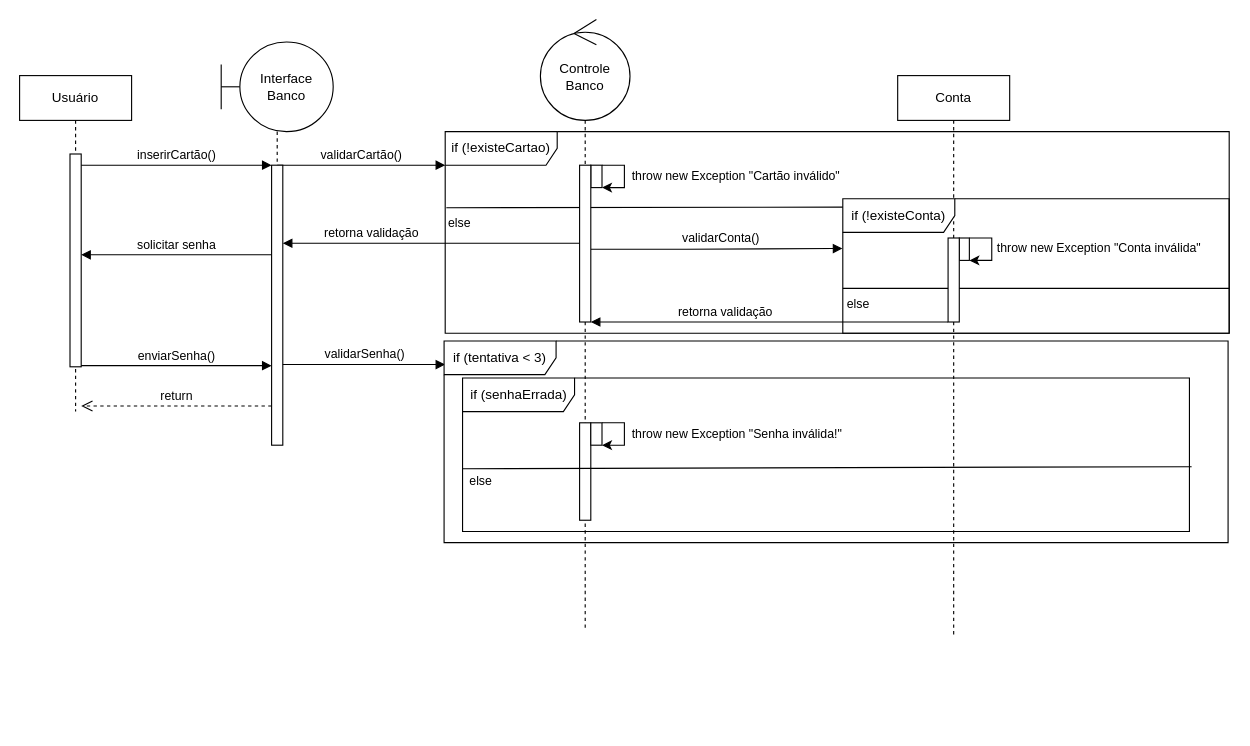
The draw.io diagram Analise de Sistemas/UML/Exercício diagrama de sequência.drawio in Sant-Thiago/Estudos, before the edit. Source tidied: cells renumbered, new cells numbered last; positions are measured from the earlier drawing's top-left corner, leaving out a move shared by most shapes. Both pictures are drawn from the tidied source at 112%, with x=0, y=0 at pixel (19, 19).
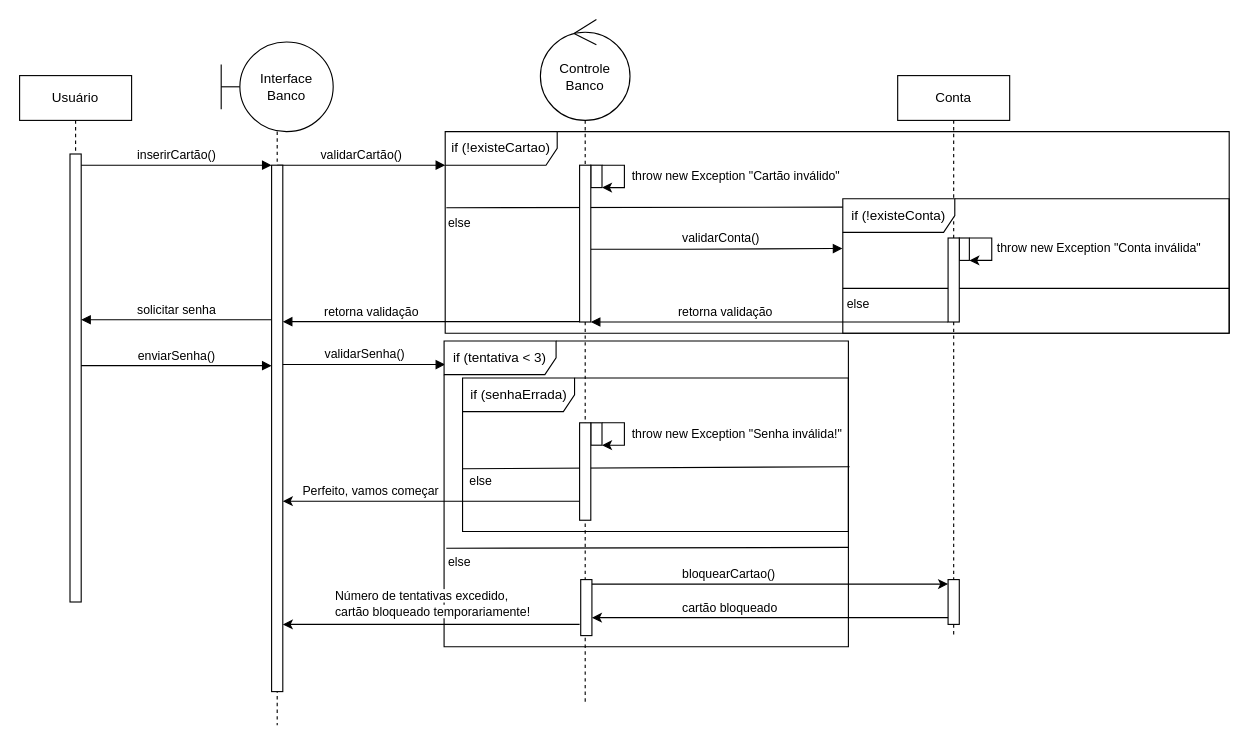
After the change.

Commit message:
verificação de senha feito

The change refers to these unchanged cells:
```xml
<mxCell id="25" value="Interface Banco" style="shape=umlBoundary;whiteSpace=wrap;html=1;" parent="1" vertex="1">
  <mxGeometry x="180" y="20" width="100" height="80" as="geometry" />
</mxCell>
<mxCell id="29" style="html=1;points=[];perimeter=orthogonalPerimeter;outlineConnect=0;targetShapes=umlLifeline;portConstraint=eastwest;newEdgeStyle={&quot;edgeStyle&quot;:&quot;elbowEdgeStyle&quot;,&quot;elbow&quot;:&quot;vertical&quot;,&quot;curved&quot;:0,&quot;rounded&quot;:0};" parent="1" vertex="1">
  <mxGeometry x="500" y="130" width="10" height="140" as="geometry" />
</mxCell>
<mxCell id="30" value="Controle Banco" style="ellipse;shape=umlControl;whiteSpace=wrap;html=1;" parent="1" vertex="1">
  <mxGeometry x="465" width="80" height="90" as="geometry" />
</mxCell>
```

Diff of the diagram source:
```diff
@@
     <mxCell id="3" style="edgeStyle=orthogonalEdgeStyle;rounded=0;jettySize=auto;html=1;endArrow=none;endFill=0;dashed=1;" parent="1" edge="1" source="30">
       <mxGeometry relative="1" as="geometry">
-        <mxPoint x="505" y="543.7" as="targetPoint" />
+        <mxPoint x="505" y="610.8" as="targetPoint" />
       </mxGeometry>
     </mxCell>
     <mxCell id="4" value="Usuário" style="shape=umlLifeline;perimeter=lifelinePerimeter;whiteSpace=wrap;html=1;newEdgeStyle={&quot;edgeStyle&quot;:&quot;elbowEdgeStyle&quot;,&quot;elbow&quot;:&quot;vertical&quot;,&quot;curved&quot;:0,&quot;rounded&quot;:0};" parent="1" vertex="1">
-      <mxGeometry y="50" width="100" height="300" as="geometry" />
+      <mxGeometry y="50" width="100" height="470" as="geometry" />
     </mxCell>
     <mxCell id="5" style="html=1;points=[];perimeter=orthogonalPerimeter;outlineConnect=0;targetShapes=umlLifeline;portConstraint=eastwest;newEdgeStyle={&quot;edgeStyle&quot;:&quot;elbowEdgeStyle&quot;,&quot;elbow&quot;:&quot;vertical&quot;,&quot;curved&quot;:0,&quot;rounded&quot;:0};" parent="4" vertex="1">
-      <mxGeometry x="45" y="70" width="10" height="190" as="geometry" />
+      <mxGeometry x="45" y="70" width="10" height="400" as="geometry" />
     </mxCell>
@@
-    <mxCell id="7" value="return" style="html=1;verticalAlign=bottom;endArrow=open;dashed=1;endSize=8;edgeStyle=elbowEdgeStyle;elbow=vertical;curved=0;rounded=0;" parent="1" edge="1">
-      <mxGeometry relative="1" as="geometry">
-        <mxPoint x="225" y="345" as="sourcePoint" />
-        <mxPoint x="55" y="345" as="targetPoint" />
-        <Array as="points">
-          <mxPoint x="150" y="345" />
-        </Array>
-      </mxGeometry>
-    </mxCell>
@@
-    <mxCell id="11" value="retorna validação" style="html=1;verticalAlign=bottom;endArrow=block;edgeStyle=elbowEdgeStyle;elbow=horizontal;curved=0;rounded=0;" parent="1" edge="1" source="29" target="26">
+    <mxCell id="11" value="retorna validação" style="html=1;verticalAlign=bottom;endArrow=block;edgeStyle=elbowEdgeStyle;elbow=horizontal;curved=0;rounded=0;" parent="1" edge="1">
       <mxGeometry x="0.4" relative="1" as="geometry">
+        <mxPoint x="500" y="269.7" as="sourcePoint" />
+        <mxPoint x="235" y="269.7" as="targetPoint" />
         <Array as="points">
-          <mxPoint x="315" y="199.7" />
+          <mxPoint x="315" y="269.7" />
         </Array>
       </mxGeometry>
     </mxCell>
     <mxCell id="12" value="solicitar senha" style="html=1;verticalAlign=bottom;endArrow=block;edgeStyle=elbowEdgeStyle;elbow=vertical;curved=0;rounded=0;" parent="1" edge="1">
       <mxGeometry relative="1" as="geometry">
-        <mxPoint x="225" y="210" as="sourcePoint" />
-        <mxPoint x="55" y="210" as="targetPoint" />
+        <mxPoint x="225" y="268" as="sourcePoint" />
+        <mxPoint x="55" y="268" as="targetPoint" />
         <Array as="points">
-          <mxPoint x="140" y="210" />
+          <mxPoint x="140" y="268" />
         </Array>
       </mxGeometry>
     </mxCell>
@@
     <mxCell id="24" style="edgeStyle=orthogonalEdgeStyle;rounded=0;jettySize=auto;html=1;dashed=1;endArrow=none;endFill=0;" parent="1" edge="1" source="25">
       <mxGeometry relative="1" as="geometry">
-        <mxPoint x="230" y="340" as="targetPoint" />
+        <mxPoint x="230" y="630" as="targetPoint" />
       </mxGeometry>
     </mxCell>
@@
     <mxCell id="26" style="html=1;points=[];perimeter=orthogonalPerimeter;outlineConnect=0;targetShapes=umlLifeline;portConstraint=eastwest;newEdgeStyle={&quot;edgeStyle&quot;:&quot;elbowEdgeStyle&quot;,&quot;elbow&quot;:&quot;vertical&quot;,&quot;curved&quot;:0,&quot;rounded&quot;:0};" parent="1" vertex="1">
-      <mxGeometry x="225" y="130" width="10" height="250" as="geometry" />
+      <mxGeometry x="225" y="130" width="10" height="470" as="geometry" />
     </mxCell>
@@
     <mxCell id="32" value="if (tentativa &amp;lt; 3)" style="shape=umlFrame;whiteSpace=wrap;html=1;width=100;height=30;" parent="1" vertex="1">
-      <mxGeometry x="379" y="287" width="700" height="180" as="geometry" />
+      <mxGeometry x="379" y="287" width="361" height="273" as="geometry" />
     </mxCell>
@@
-    <mxCell id="34" style="html=1;perimeter=orthogonalPerimeter;targetShapes=umlLifeline;newEdgeStyle={&quot;edgeStyle&quot;:&quot;elbowEdgeStyle&quot;,&quot;elbow&quot;:&quot;vertical&quot;,&quot;curved&quot;:0,&quot;rounded&quot;:0};" parent="1" vertex="1">
-      <mxGeometry x="500" y="360" width="10" height="87" as="geometry" />
-    </mxCell>
@@
     <mxCell id="39" value="if (senhaErrada)" style="shape=umlFrame;whiteSpace=wrap;html=1;width=100;height=30;" parent="1" vertex="1">
-      <mxGeometry x="395.5" y="320" width="649" height="137" as="geometry" />
+      <mxGeometry x="395.5" y="320" width="344.5" height="137" as="geometry" />
     </mxCell>
@@
+    <mxCell id="41" style="endArrow=none;html=1;rounded=0;exitX=1;exitY=0.675;exitDx=0;exitDy=0;exitPerimeter=0;entryX=0;entryY=0;entryDx=0;entryDy=0;" parent="1" edge="1" source="32">
+      <mxGeometry relative="1" as="geometry">
+        <mxPoint x="381" y="472" as="targetPoint" />
+      </mxGeometry>
+    </mxCell>
+    <mxCell id="42" value="&lt;div style=&quot;text-align: center;&quot;&gt;&lt;span style=&quot;font-size: 11px; text-wrap: nowrap; background-color: rgb(255, 255, 255);&quot;&gt;else&lt;/span&gt;&lt;/div&gt;" style="text;whiteSpace=wrap;html=1;" parent="1" vertex="1">
+      <mxGeometry x="381" y="470" width="80" height="20" as="geometry" />
+    </mxCell>
+    <mxCell id="43" style="html=1;perimeter=orthogonalPerimeter;targetShapes=umlLifeline;newEdgeStyle={&quot;edgeStyle&quot;:&quot;elbowEdgeStyle&quot;,&quot;elbow&quot;:&quot;vertical&quot;,&quot;curved&quot;:0,&quot;rounded&quot;:0};" parent="1" vertex="1">
+      <mxGeometry x="501" y="500" width="10" height="50" as="geometry" />
+    </mxCell>
+    <mxCell id="44" value="&lt;span style=&quot;color: rgb(0, 0, 0); font-family: Helvetica; font-size: 11px; font-style: normal; font-variant-ligatures: normal; font-variant-caps: normal; font-weight: 400; letter-spacing: normal; orphans: 2; text-align: center; text-indent: 0px; text-transform: none; widows: 2; word-spacing: 0px; -webkit-text-stroke-width: 0px; white-space: nowrap; background-color: rgb(255, 255, 255); text-decoration-thickness: initial; text-decoration-style: initial; text-decoration-color: initial; display: inline !important; float: none;&quot;&gt;Número de tentativas excedido,&amp;nbsp;&lt;/span&gt;&lt;div&gt;&lt;span style=&quot;background-color: rgb(255, 255, 255); font-size: 11px; text-align: center; text-wrap: nowrap;&quot;&gt;cartão bloqueado temporariamente!&lt;/span&gt;&lt;/div&gt;" style="text;whiteSpace=wrap;html=1;" parent="1" vertex="1">
+      <mxGeometry x="280" y="501" width="80" height="20" as="geometry" />
+    </mxCell>
+    <mxCell id="45" style="edgeStyle=elbowEdgeStyle;rounded=0;orthogonalLoop=1;jettySize=auto;html=1;elbow=vertical;curved=0;" parent="1" edge="1">
+      <mxGeometry relative="1" as="geometry">
+        <mxPoint x="511" y="504" as="sourcePoint" />
+        <mxPoint x="829" y="504" as="targetPoint" />
+        <Array as="points">
+          <mxPoint x="540" y="504" />
+        </Array>
+      </mxGeometry>
+    </mxCell>
+    <mxCell id="46" value="&lt;div style=&quot;text-align: center;&quot;&gt;&lt;span style=&quot;font-size: 11px; text-wrap: nowrap; background-color: rgb(255, 255, 255);&quot;&gt;bloquearCartao()&lt;/span&gt;&lt;/div&gt;" style="text;whiteSpace=wrap;html=1;" parent="1" vertex="1">
+      <mxGeometry x="590" y="481" width="80" height="20" as="geometry" />
+    </mxCell>
+    <mxCell id="47" style="html=1;perimeter=orthogonalPerimeter;targetShapes=umlLifeline;newEdgeStyle={&quot;edgeStyle&quot;:&quot;elbowEdgeStyle&quot;,&quot;elbow&quot;:&quot;vertical&quot;,&quot;curved&quot;:0,&quot;rounded&quot;:0};" parent="1" vertex="1">
+      <mxGeometry x="829" y="500" width="10" height="40" as="geometry" />
+    </mxCell>
+    <mxCell id="48" style="edgeStyle=elbowEdgeStyle;rounded=0;orthogonalLoop=1;jettySize=auto;html=1;elbow=vertical;curved=0;" parent="1" edge="1">
+      <mxGeometry relative="1" as="geometry">
+        <mxPoint x="829" y="534" as="sourcePoint" />
+        <mxPoint x="511" y="534" as="targetPoint" />
+        <Array as="points">
+          <mxPoint x="540" y="534" />
+        </Array>
+      </mxGeometry>
+    </mxCell>
+    <mxCell id="49" value="&lt;div style=&quot;text-align: center;&quot;&gt;&lt;span style=&quot;font-size: 11px; text-wrap: nowrap; background-color: rgb(255, 255, 255);&quot;&gt;cartão bloqueado&lt;/span&gt;&lt;/div&gt;" style="text;whiteSpace=wrap;html=1;" parent="1" vertex="1">
+      <mxGeometry x="590" y="511" width="80" height="20" as="geometry" />
+    </mxCell>
+    <mxCell id="50" style="edgeStyle=elbowEdgeStyle;rounded=0;orthogonalLoop=1;jettySize=auto;html=1;elbow=vertical;curved=0;" parent="1" edge="1">
+      <mxGeometry relative="1" as="geometry">
+        <mxPoint x="500" y="540" as="sourcePoint" />
+        <mxPoint x="235" y="540" as="targetPoint" />
+        <Array as="points">
+          <mxPoint x="264" y="540" />
+        </Array>
+      </mxGeometry>
+    </mxCell>
+    <mxCell id="51" style="edgeStyle=elbowEdgeStyle;rounded=0;orthogonalLoop=1;jettySize=auto;html=1;elbow=vertical;curved=0;" parent="1" edge="1">
+      <mxGeometry relative="1" as="geometry">
+        <mxPoint x="500" y="430" as="sourcePoint" />
+        <mxPoint x="235" y="430" as="targetPoint" />
+        <Array as="points">
+          <mxPoint x="264" y="430" />
+        </Array>
+      </mxGeometry>
+    </mxCell>
+    <mxCell id="34" style="html=1;perimeter=orthogonalPerimeter;targetShapes=umlLifeline;newEdgeStyle={&quot;edgeStyle&quot;:&quot;elbowEdgeStyle&quot;,&quot;elbow&quot;:&quot;vertical&quot;,&quot;curved&quot;:0,&quot;rounded&quot;:0};" parent="1" vertex="1">
+      <mxGeometry x="500" y="360" width="10" height="87" as="geometry" />
+    </mxCell>
+    <mxCell id="52" value="&lt;span style=&quot;font-size: 11px; text-wrap: nowrap; background-color: rgb(255, 255, 255);&quot;&gt;Perfeito, vamos começar&lt;/span&gt;" style="text;whiteSpace=wrap;html=1;" parent="1" vertex="1">
+      <mxGeometry x="251" y="407" width="80" height="20" as="geometry" />
+    </mxCell>
```
